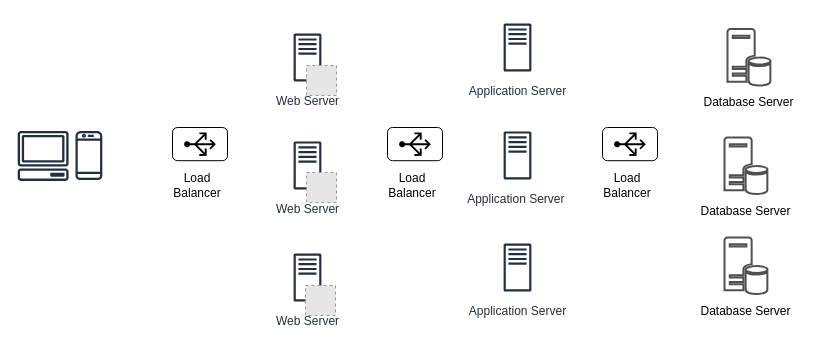
This is LBPlacement.drawio from jayanthkmr/architecture-diagrams, a draw.io file, before an edit. Source tidied: cells renumbered, new cells numbered last; positions are measured from the earlier drawing's top-left corner, leaving out a move shared by most shapes. Both pictures are drawn from the tidied source at 100%, with x=0, y=0 at pixel (17, 17). Pictures stored in the file or linked from it are replaced by grey dashed boxes.
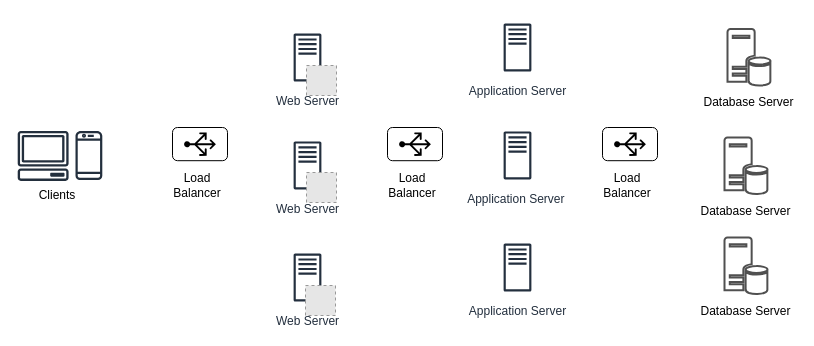
The same diagram, later.

Diff of the diagram source:
```diff
@@
+    <mxCell id="34" value="Clients" style="text;html=1;strokeColor=none;fillColor=none;align=center;verticalAlign=middle;whiteSpace=wrap;rounded=0;" parent="1" vertex="1">
+      <mxGeometry x="10" y="163.4" width="60" height="30" as="geometry" />
+    </mxCell>
```
